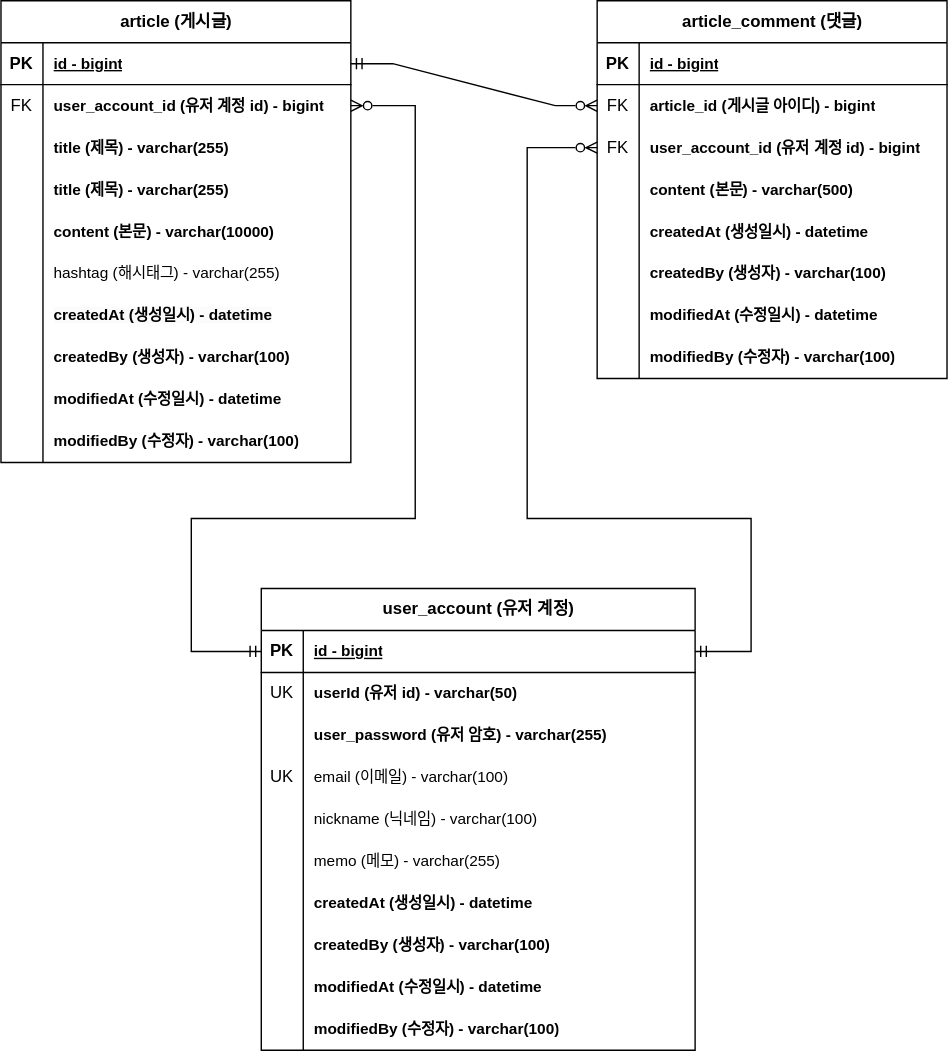
Before: document/board-project-erd.svg, a diagram exported from draw.io (somang-lim/board-project). Source tidied: cells renumbered, new cells last; positions are measured from the earlier drawing's top-left corner, leaving out a move shared by most shapes.
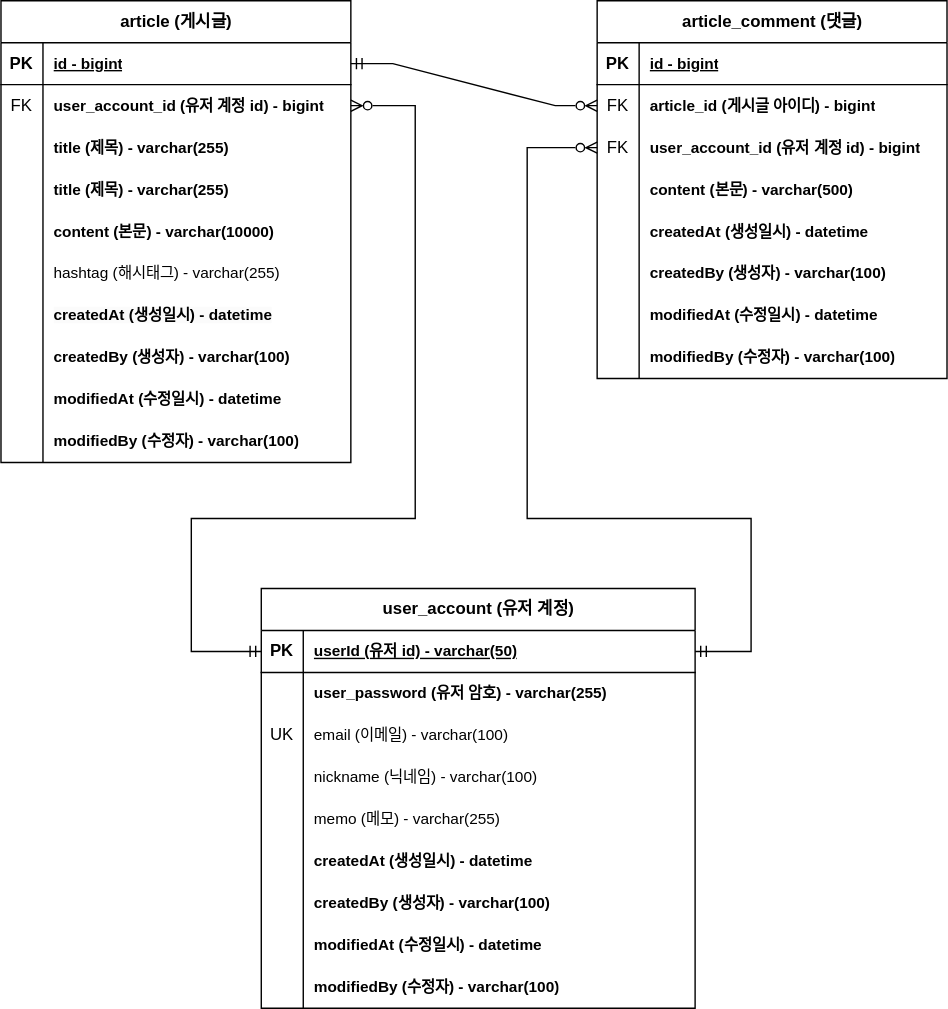
Later version of the same file.

Commit message:
#39 - ERD 문서 수정 : 회원 계정 user_id 를 PK 로 변경

회원 계정 기준 `id`를 삭제하고`user_id`를 pk로 변경하는 부분을 그림에 적용

Change to the diagram source:
```diff
@@ -174,7 +174,7 @@
       <mxGeometry relative="1" as="geometry" />
     </mxCell>
     <mxCell id="59" value="user_account (유저 계정)" style="shape=table;startSize=30;rowLines=0;fontStyle=1;align=center;html=1;" parent="1" vertex="1">
-      <mxGeometry x="186" y="420" width="310" height="330" as="geometry" />
+      <mxGeometry x="186" y="420" width="310" height="300" as="geometry" />
     </mxCell>
     <mxCell id="60" style="shape=tableRow;horizontal=0;startSize=0;swimlaneHead=0;swimlaneBody=0;fillColor=none;points=[[0,0.5],[1,0.5]];portConstraint=eastwest;top=0;left=0;right=0;bottom=1;" parent="59" vertex="1">
       <mxGeometry y="30" width="310" height="30" as="geometry" />
@@ -182,20 +182,11 @@
     <mxCell id="61" value="PK" style="shape=partialRectangle;fillColor=none;top=0;left=0;bottom=0;right=0;fontStyle=1;overflow=hidden;whiteSpace=wrap;html=1;" parent="60" vertex="1">
       <mxGeometry width="30" height="30" as="geometry" />
     </mxCell>
-    <mxCell id="62" value="id - bigint" style="shape=partialRectangle;fillColor=none;top=0;left=0;bottom=0;right=0;align=left;spacingLeft=6;fontStyle=5;overflow=hidden;whiteSpace=wrap;html=1;fontSize=11;" parent="60" vertex="1">
+    <mxCell id="62" value="userId (유저 id) - varchar(50)" style="shape=partialRectangle;fillColor=none;top=0;left=0;bottom=0;right=0;align=left;spacingLeft=6;fontStyle=5;overflow=hidden;whiteSpace=wrap;html=1;fontSize=11;" parent="60" vertex="1">
       <mxGeometry x="30" width="280" height="30" as="geometry" />
     </mxCell>
-    <mxCell id="63" style="shape=tableRow;horizontal=0;startSize=0;swimlaneHead=0;swimlaneBody=0;fillColor=none;top=0;left=0;right=0;bottom=0;" parent="59" vertex="1">
-      <mxGeometry y="60" width="310" height="30" as="geometry" />
-    </mxCell>
-    <mxCell id="64" value="UK" style="shape=partialRectangle;fillColor=none;top=0;left=0;bottom=0;right=0;overflow=hidden;whiteSpace=wrap;html=1;" parent="63" vertex="1">
-      <mxGeometry width="30" height="30" as="geometry" />
-    </mxCell>
-    <mxCell id="65" value="userId (유저 id) - varchar(50)" style="shape=partialRectangle;fillColor=none;top=0;left=0;bottom=0;right=0;align=left;spacingLeft=6;overflow=hidden;whiteSpace=wrap;html=1;fontStyle=1;fontSize=11;" parent="63" vertex="1">
-      <mxGeometry x="30" width="280" height="30" as="geometry" />
-    </mxCell>
     <mxCell id="66" style="shape=tableRow;horizontal=0;startSize=0;swimlaneHead=0;swimlaneBody=0;fillColor=none;top=0;left=0;right=0;bottom=0;" parent="59" vertex="1">
-      <mxGeometry y="90" width="310" height="30" as="geometry" />
+      <mxGeometry y="60" width="310" height="30" as="geometry" />
     </mxCell>
     <mxCell id="67" style="shape=partialRectangle;fillColor=none;top=0;left=0;bottom=0;right=0;overflow=hidden;whiteSpace=wrap;html=1;" parent="66" vertex="1">
       <mxGeometry width="30" height="30" as="geometry" />
@@ -204,7 +195,7 @@
       <mxGeometry x="30" width="280" height="30" as="geometry" />
     </mxCell>
     <mxCell id="69" style="shape=tableRow;horizontal=0;startSize=0;swimlaneHead=0;swimlaneBody=0;fillColor=none;top=0;left=0;right=0;bottom=0;" parent="59" vertex="1">
-      <mxGeometry y="120" width="310" height="30" as="geometry" />
+      <mxGeometry y="90" width="310" height="30" as="geometry" />
     </mxCell>
     <mxCell id="70" value="UK" style="shape=partialRectangle;fillColor=none;top=0;left=0;bottom=0;right=0;overflow=hidden;whiteSpace=wrap;html=1;" parent="69" vertex="1">
       <mxGeometry width="30" height="30" as="geometry" />
@@ -213,7 +204,7 @@
       <mxGeometry x="30" width="280" height="30" as="geometry" />
     </mxCell>
     <mxCell id="72" style="shape=tableRow;horizontal=0;startSize=0;swimlaneHead=0;swimlaneBody=0;fillColor=none;top=0;left=0;right=0;bottom=0;" parent="59" vertex="1">
-      <mxGeometry y="150" width="310" height="30" as="geometry" />
+      <mxGeometry y="120" width="310" height="30" as="geometry" />
     </mxCell>
     <mxCell id="73" style="shape=partialRectangle;fillColor=none;top=0;left=0;bottom=0;right=0;overflow=hidden;whiteSpace=wrap;html=1;" parent="72" vertex="1">
       <mxGeometry width="30" height="30" as="geometry" />
@@ -222,7 +213,7 @@
       <mxGeometry x="30" width="280" height="30" as="geometry" />
     </mxCell>
     <mxCell id="75" style="shape=tableRow;horizontal=0;startSize=0;swimlaneHead=0;swimlaneBody=0;fillColor=none;top=0;left=0;right=0;bottom=0;" parent="59" vertex="1">
-      <mxGeometry y="180" width="310" height="30" as="geometry" />
+      <mxGeometry y="150" width="310" height="30" as="geometry" />
     </mxCell>
     <mxCell id="76" style="shape=partialRectangle;fillColor=none;top=0;left=0;bottom=0;right=0;overflow=hidden;whiteSpace=wrap;html=1;" parent="75" vertex="1">
       <mxGeometry width="30" height="30" as="geometry" />
@@ -231,7 +222,7 @@
       <mxGeometry x="30" width="280" height="30" as="geometry" />
     </mxCell>
     <mxCell id="78" style="shape=tableRow;horizontal=0;startSize=0;swimlaneHead=0;swimlaneBody=0;fillColor=none;top=0;left=0;right=0;bottom=0;" parent="59" vertex="1">
-      <mxGeometry y="210" width="310" height="30" as="geometry" />
+      <mxGeometry y="180" width="310" height="30" as="geometry" />
     </mxCell>
     <mxCell id="79" style="shape=partialRectangle;fillColor=none;top=0;left=0;bottom=0;right=0;overflow=hidden;whiteSpace=wrap;html=1;" parent="78" vertex="1">
       <mxGeometry width="30" height="30" as="geometry" />
@@ -240,7 +231,7 @@
       <mxGeometry x="30" width="280" height="30" as="geometry" />
     </mxCell>
     <mxCell id="81" style="shape=tableRow;horizontal=0;startSize=0;swimlaneHead=0;swimlaneBody=0;fillColor=none;top=0;left=0;right=0;bottom=0;" parent="59" vertex="1">
-      <mxGeometry y="240" width="310" height="30" as="geometry" />
+      <mxGeometry y="210" width="310" height="30" as="geometry" />
     </mxCell>
     <mxCell id="82" style="shape=partialRectangle;fillColor=none;top=0;left=0;bottom=0;right=0;overflow=hidden;whiteSpace=wrap;html=1;" parent="81" vertex="1">
       <mxGeometry width="30" height="30" as="geometry" />
@@ -249,7 +240,7 @@
       <mxGeometry x="30" width="280" height="30" as="geometry" />
     </mxCell>
     <mxCell id="84" style="shape=tableRow;horizontal=0;startSize=0;swimlaneHead=0;swimlaneBody=0;fillColor=none;top=0;left=0;right=0;bottom=0;" parent="59" vertex="1">
-      <mxGeometry y="270" width="310" height="30" as="geometry" />
+      <mxGeometry y="240" width="310" height="30" as="geometry" />
     </mxCell>
     <mxCell id="85" style="shape=partialRectangle;fillColor=none;top=0;left=0;bottom=0;right=0;overflow=hidden;whiteSpace=wrap;html=1;" parent="84" vertex="1">
       <mxGeometry width="30" height="30" as="geometry" />
@@ -258,7 +249,7 @@
       <mxGeometry x="30" width="280" height="30" as="geometry" />
     </mxCell>
     <mxCell id="87" style="shape=tableRow;horizontal=0;startSize=0;swimlaneHead=0;swimlaneBody=0;fillColor=none;top=0;left=0;right=0;bottom=0;" parent="59" vertex="1">
-      <mxGeometry y="300" width="310" height="30" as="geometry" />
+      <mxGeometry y="270" width="310" height="30" as="geometry" />
     </mxCell>
     <mxCell id="88" style="shape=partialRectangle;fillColor=none;top=0;left=0;bottom=0;right=0;overflow=hidden;whiteSpace=wrap;html=1;" parent="87" vertex="1">
       <mxGeometry width="30" height="30" as="geometry" />
```
